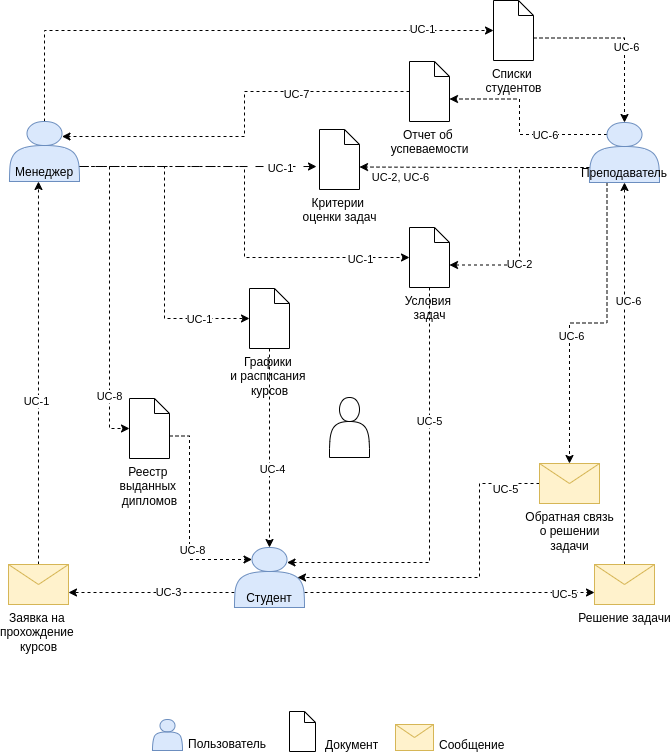
This is docs/dicisions/ADR-0001/context.png from inutcin/codecontest, a draw.io export, as it was before one commit. Source tidied: cells renumbered, new cells last; positions are measured from the earlier drawing's top-left corner, leaving out a move shared by most shapes.
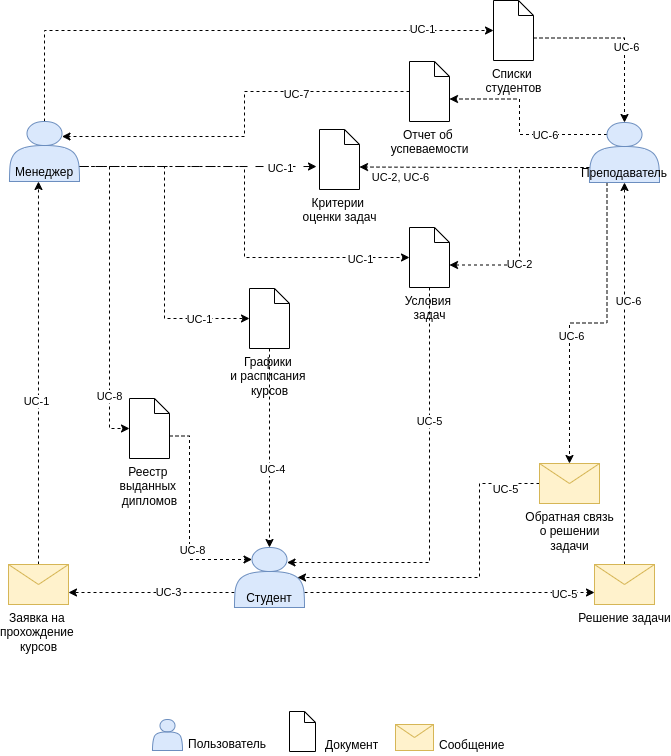
Above is the later version.

Commit message:
Продолжаем писать ADR

Change to the diagram source:
```diff
@@ -187,9 +187,6 @@
     <mxCell id="53" style="shape=mxgraph.bpmn.data;labelPosition=center;verticalLabelPosition=bottom;align=center;verticalAlign=top;size=11;html=1;" parent="1" vertex="1">
       <mxGeometry x="281" y="711" width="26" height="40" as="geometry" />
     </mxCell>
-    <mxCell id="54" style="shape=actor;whiteSpace=wrap;html=1;" parent="1" vertex="1">
-      <mxGeometry x="321" y="397" width="40" height="60" as="geometry" />
-    </mxCell>
     <mxCell id="55" style="shape=actor;whiteSpace=wrap;html=1;verticalAlign=bottom;fillColor=#dae8fc;strokeColor=#6c8ebf;" parent="1" vertex="1">
       <mxGeometry x="144" y="719" width="30" height="31" as="geometry" />
     </mxCell>
```
